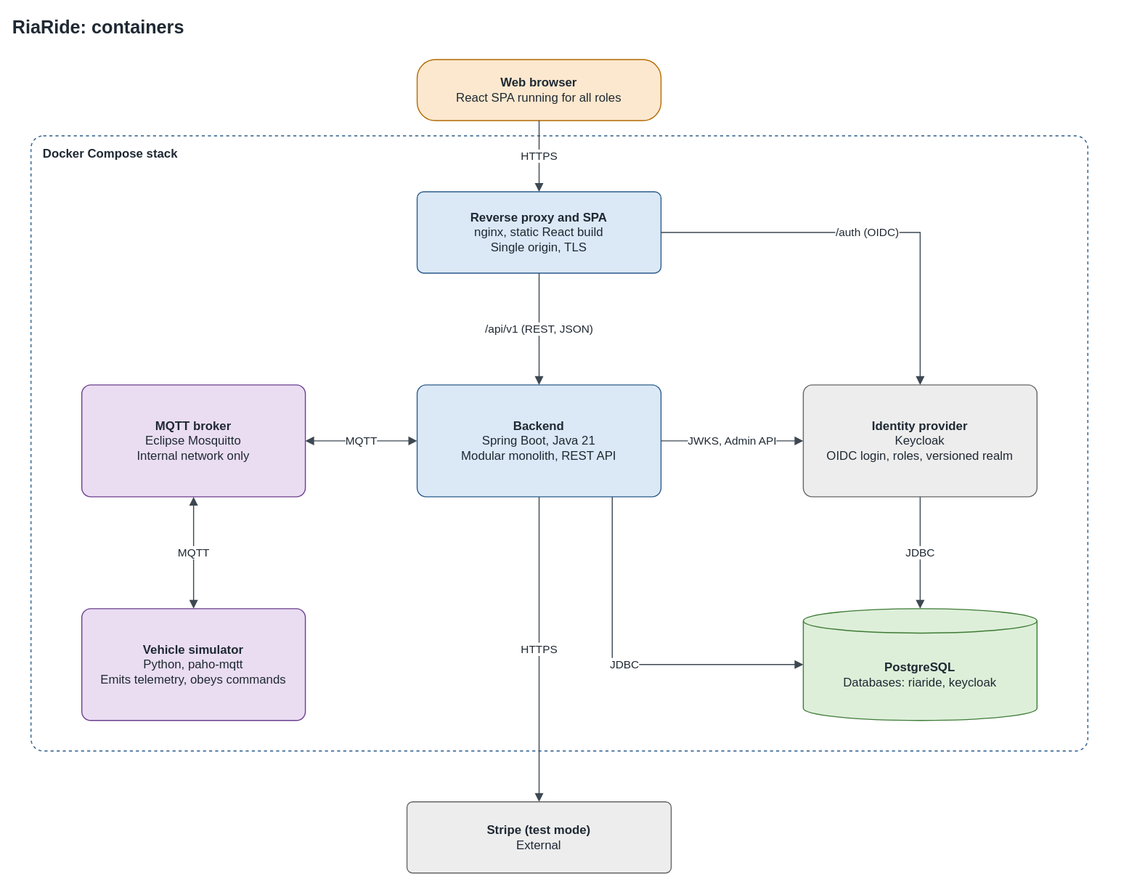
Earlier version of the draw.io export docs/architecture/diagrams/02-containers.drawio.svg (TQS-RiaRide/RIARide). Source tidied: cells renumbered, new cells last; positions are measured from the earlier drawing's top-left corner, leaving out a move shared by most shapes. The source it was exported from:
```xml
<mxGraphModel background="#FFFFFF">
  <root>
    <mxCell id="0" />
    <mxCell id="1" parent="0" />
    <mxCell id="2" value="RiaRide: containers" style="html=1;whiteSpace=wrap;fontFamily=Helvetica;fontSize=12;fontColor=#1F2933;text;fillColor=none;strokeColor=none;align=left;fontSize=18;fontStyle=1;" parent="1" vertex="1">
      <mxGeometry width="1080" height="34" as="geometry" />
    </mxCell>
    <mxCell id="3" value="&lt;b&gt;Web browser&lt;/b&gt;&lt;br&gt;React SPA running for all roles" style="html=1;whiteSpace=wrap;fontFamily=Helvetica;fontSize=12;fontColor=#1F2933;rounded=1;arcSize=30;fillColor=#FCE8CF;strokeColor=#B36B00;" parent="1" vertex="1">
      <mxGeometry x="400" y="48" width="240" height="60" as="geometry" />
    </mxCell>
    <mxCell id="4" value="Docker Compose stack" style="html=1;whiteSpace=wrap;fontFamily=Helvetica;fontSize=12;fontColor=#1F2933;rounded=1;arcSize=2;fillColor=none;strokeColor=#2B5C8A;dashed=1;verticalAlign=top;align=left;spacingLeft=10;spacingTop=4;fontStyle=1;" parent="1" vertex="1">
      <mxGeometry x="20" y="123" width="1040" height="605" as="geometry" />
    </mxCell>
    <mxCell id="5" value="&lt;b&gt;Reverse proxy and SPA&lt;/b&gt;&lt;br&gt;nginx, static React build&lt;br&gt;Single origin, TLS" style="html=1;whiteSpace=wrap;fontFamily=Helvetica;fontSize=12;fontColor=#1F2933;rounded=1;arcSize=8;fillColor=#DBE8F6;strokeColor=#2B5C8A;" parent="1" vertex="1">
      <mxGeometry x="400" y="178" width="240" height="80" as="geometry" />
    </mxCell>
    <mxCell id="6" value="&lt;b&gt;Backend&lt;/b&gt;&lt;br&gt;Spring Boot, Java 21&lt;br&gt;Modular monolith, REST API" style="html=1;whiteSpace=wrap;fontFamily=Helvetica;fontSize=12;fontColor=#1F2933;rounded=1;arcSize=8;fillColor=#DBE8F6;strokeColor=#2B5C8A;" parent="1" vertex="1">
      <mxGeometry x="400" y="368" width="240" height="110" as="geometry" />
    </mxCell>
    <mxCell id="7" value="&lt;b&gt;Identity provider&lt;/b&gt;&lt;br&gt;Keycloak&lt;br&gt;OIDC login, roles, versioned realm" style="html=1;whiteSpace=wrap;fontFamily=Helvetica;fontSize=12;fontColor=#1F2933;rounded=1;arcSize=8;fillColor=#EDEDED;strokeColor=#666666;" parent="1" vertex="1">
      <mxGeometry x="780" y="368" width="230" height="110" as="geometry" />
    </mxCell>
    <mxCell id="8" value="&lt;b&gt;PostgreSQL&lt;/b&gt;&lt;br&gt;Databases: riaride, keycloak" style="html=1;whiteSpace=wrap;fontFamily=Helvetica;fontSize=12;fontColor=#1F2933;shape=cylinder3;boundedLbl=1;size=12;fillColor=#DDEFD9;strokeColor=#3E7B36;" parent="1" vertex="1">
      <mxGeometry x="780" y="588" width="230" height="110" as="geometry" />
    </mxCell>
    <mxCell id="9" value="&lt;b&gt;MQTT broker&lt;/b&gt;&lt;br&gt;Eclipse Mosquitto&lt;br&gt;Internal network only" style="html=1;whiteSpace=wrap;fontFamily=Helvetica;fontSize=12;fontColor=#1F2933;rounded=1;arcSize=8;fillColor=#EADDF2;strokeColor=#6A3E8E;" parent="1" vertex="1">
      <mxGeometry x="70" y="368" width="220" height="110" as="geometry" />
    </mxCell>
    <mxCell id="10" value="&lt;b&gt;Vehicle simulator&lt;/b&gt;&lt;br&gt;Python, paho-mqtt&lt;br&gt;Emits telemetry, obeys commands" style="html=1;whiteSpace=wrap;fontFamily=Helvetica;fontSize=12;fontColor=#1F2933;rounded=1;arcSize=8;fillColor=#EADDF2;strokeColor=#6A3E8E;" parent="1" vertex="1">
      <mxGeometry x="70" y="588" width="220" height="110" as="geometry" />
    </mxCell>
    <mxCell id="11" value="&lt;b&gt;Stripe (test mode)&lt;/b&gt;&lt;br&gt;External" style="html=1;whiteSpace=wrap;fontFamily=Helvetica;fontSize=12;fontColor=#1F2933;rounded=1;arcSize=8;fillColor=#EDEDED;strokeColor=#666666;" parent="1" vertex="1">
      <mxGeometry x="390" y="778" width="260" height="70" as="geometry" />
    </mxCell>
    <mxCell id="12" value="HTTPS" style="html=1;endArrow=block;endFill=1;strokeColor=#3D4852;fontFamily=Helvetica;fontSize=11;fontColor=#1F2933;labelBackgroundColor=#FFFFFF;rounded=0;edgeStyle=orthogonalEdgeStyle;" parent="1" edge="1" source="3" target="5">
      <mxGeometry relative="1" as="geometry" />
    </mxCell>
    <mxCell id="13" value="/api/v1 (REST, JSON)" style="html=1;endArrow=block;endFill=1;strokeColor=#3D4852;fontFamily=Helvetica;fontSize=11;fontColor=#1F2933;labelBackgroundColor=#FFFFFF;rounded=0;edgeStyle=orthogonalEdgeStyle;" parent="1" edge="1" source="5" target="6">
      <mxGeometry relative="1" as="geometry" />
    </mxCell>
    <mxCell id="14" value="/auth (OIDC)" style="html=1;endArrow=block;endFill=1;strokeColor=#3D4852;fontFamily=Helvetica;fontSize=11;fontColor=#1F2933;labelBackgroundColor=#FFFFFF;rounded=0;edgeStyle=orthogonalEdgeStyle;exitX=1;exitY=0.5;exitDx=0;exitDy=0;exitPerimeter=0;entryX=0.5;entryY=0;entryDx=0;entryDy=0;entryPerimeter=0;" parent="1" edge="1" source="5" target="7">
      <mxGeometry relative="1" as="geometry" />
    </mxCell>
    <mxCell id="15" value="JWKS, Admin API" style="html=1;endArrow=block;endFill=1;strokeColor=#3D4852;fontFamily=Helvetica;fontSize=11;fontColor=#1F2933;labelBackgroundColor=#FFFFFF;rounded=0;edgeStyle=orthogonalEdgeStyle;exitX=1;exitY=0.5;exitDx=0;exitDy=0;exitPerimeter=0;entryX=0;entryY=0.5;entryDx=0;entryDy=0;entryPerimeter=0;" parent="1" edge="1" source="6" target="7">
      <mxGeometry relative="1" as="geometry" />
    </mxCell>
    <mxCell id="16" value="JDBC" style="html=1;endArrow=block;endFill=1;strokeColor=#3D4852;fontFamily=Helvetica;fontSize=11;fontColor=#1F2933;labelBackgroundColor=#FFFFFF;rounded=0;edgeStyle=orthogonalEdgeStyle;" parent="1" edge="1" source="7" target="8">
      <mxGeometry relative="1" as="geometry" />
    </mxCell>
    <mxCell id="17" value="JDBC" style="html=1;endArrow=block;endFill=1;strokeColor=#3D4852;fontFamily=Helvetica;fontSize=11;fontColor=#1F2933;labelBackgroundColor=#FFFFFF;rounded=0;edgeStyle=orthogonalEdgeStyle;exitX=0.8;exitY=1;exitDx=0;exitDy=0;exitPerimeter=0;entryX=0;entryY=0.5;entryDx=0;entryDy=0;entryPerimeter=0;" parent="1" edge="1" source="6" target="8">
      <mxGeometry relative="1" as="geometry" />
    </mxCell>
    <mxCell id="18" value="MQTT" style="html=1;endArrow=block;endFill=1;strokeColor=#3D4852;fontFamily=Helvetica;fontSize=11;fontColor=#1F2933;labelBackgroundColor=#FFFFFF;rounded=0;edgeStyle=orthogonalEdgeStyle;startArrow=block;startFill=1;exitX=0;exitY=0.5;exitDx=0;exitDy=0;exitPerimeter=0;entryX=1;entryY=0.5;entryDx=0;entryDy=0;entryPerimeter=0;" parent="1" edge="1" source="6" target="9">
      <mxGeometry relative="1" as="geometry" />
    </mxCell>
    <mxCell id="19" value="MQTT" style="html=1;endArrow=block;endFill=1;strokeColor=#3D4852;fontFamily=Helvetica;fontSize=11;fontColor=#1F2933;labelBackgroundColor=#FFFFFF;rounded=0;edgeStyle=orthogonalEdgeStyle;startArrow=block;startFill=1;" parent="1" edge="1" source="10" target="9">
      <mxGeometry relative="1" as="geometry" />
    </mxCell>
    <mxCell id="20" value="HTTPS" style="html=1;endArrow=block;endFill=1;strokeColor=#3D4852;fontFamily=Helvetica;fontSize=11;fontColor=#1F2933;labelBackgroundColor=#FFFFFF;rounded=0;edgeStyle=orthogonalEdgeStyle;exitX=0.5;exitY=1;exitDx=0;exitDy=0;exitPerimeter=0;entryX=0.5;entryY=0;entryDx=0;entryDy=0;entryPerimeter=0;" parent="1" edge="1" source="6" target="11">
      <mxGeometry relative="1" as="geometry" />
    </mxCell>
  </root>
</mxGraphModel>
```
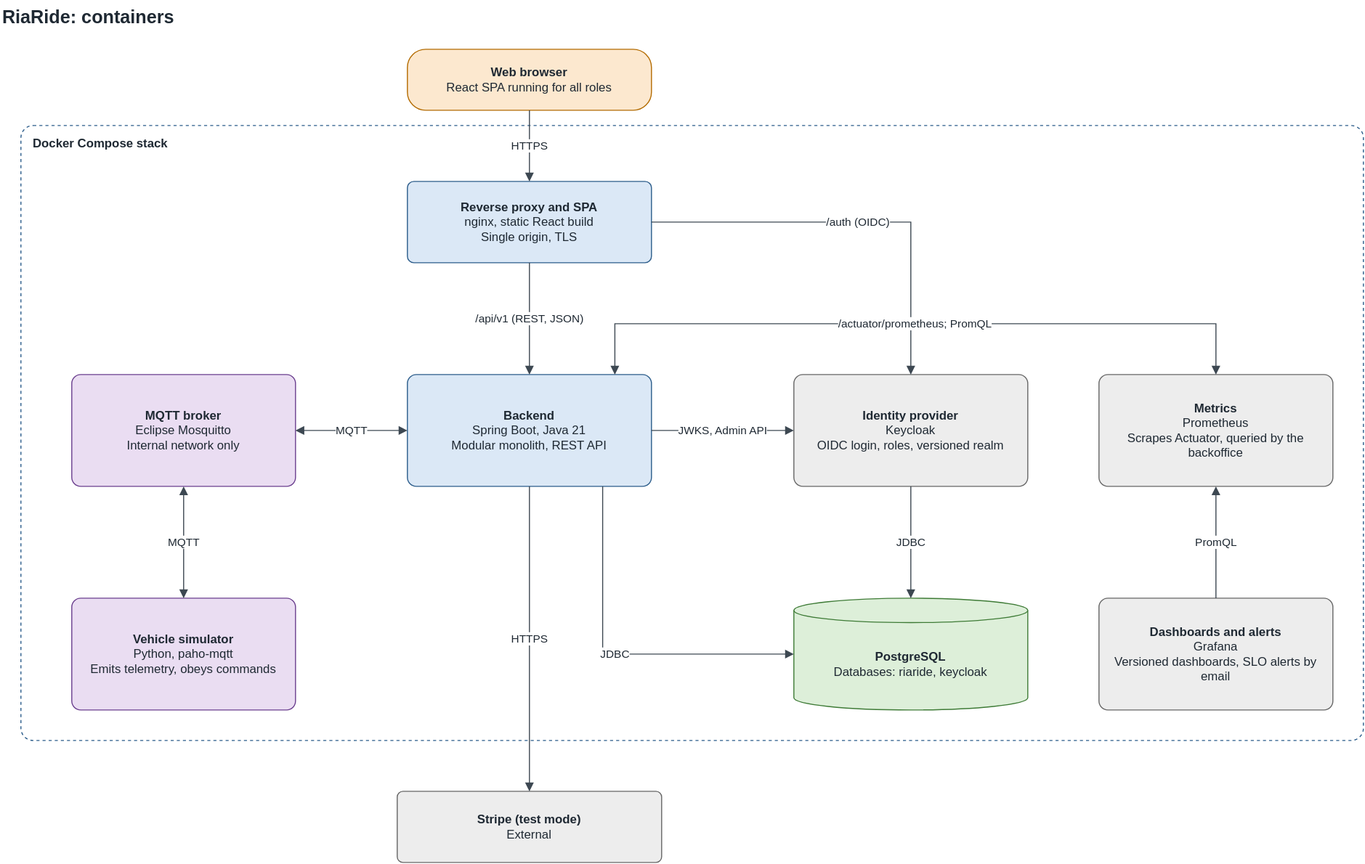
After the change.

Change to the diagram source:
```diff
@@ -9,7 +9,7 @@
       <mxGeometry x="400" y="48" width="240" height="60" as="geometry" />
     </mxCell>
     <mxCell id="4" value="Docker Compose stack" style="html=1;whiteSpace=wrap;fontFamily=Helvetica;fontSize=12;fontColor=#1F2933;rounded=1;arcSize=2;fillColor=none;strokeColor=#2B5C8A;dashed=1;verticalAlign=top;align=left;spacingLeft=10;spacingTop=4;fontStyle=1;" parent="1" vertex="1">
-      <mxGeometry x="20" y="123" width="1040" height="605" as="geometry" />
+      <mxGeometry x="20" y="123" width="1320" height="605" as="geometry" />
     </mxCell>
     <mxCell id="5" value="&lt;b&gt;Reverse proxy and SPA&lt;/b&gt;&lt;br&gt;nginx, static React build&lt;br&gt;Single origin, TLS" style="html=1;whiteSpace=wrap;fontFamily=Helvetica;fontSize=12;fontColor=#1F2933;rounded=1;arcSize=8;fillColor=#DBE8F6;strokeColor=#2B5C8A;" parent="1" vertex="1">
       <mxGeometry x="400" y="178" width="240" height="80" as="geometry" />
@@ -59,5 +59,22 @@
     <mxCell id="20" value="HTTPS" style="html=1;endArrow=block;endFill=1;strokeColor=#3D4852;fontFamily=Helvetica;fontSize=11;fontColor=#1F2933;labelBackgroundColor=#FFFFFF;rounded=0;edgeStyle=orthogonalEdgeStyle;exitX=0.5;exitY=1;exitDx=0;exitDy=0;exitPerimeter=0;entryX=0.5;entryY=0;entryDx=0;entryDy=0;entryPerimeter=0;" parent="1" edge="1" source="6" target="11">
       <mxGeometry relative="1" as="geometry" />
     </mxCell>
+    <mxCell id="21" value="&lt;b&gt;Metrics&lt;/b&gt;&lt;br&gt;Prometheus&lt;br&gt;Scrapes Actuator, queried by the backoffice" style="html=1;whiteSpace=wrap;fontFamily=Helvetica;fontSize=12;fontColor=#1F2933;rounded=1;arcSize=8;fillColor=#EDEDED;strokeColor=#666666;" parent="1" vertex="1">
+      <mxGeometry x="1080" y="368" width="230" height="110" as="geometry" />
+    </mxCell>
+    <mxCell id="22" value="&lt;b&gt;Dashboards and alerts&lt;/b&gt;&lt;br&gt;Grafana&lt;br&gt;Versioned dashboards, SLO alerts by email" style="html=1;whiteSpace=wrap;fontFamily=Helvetica;fontSize=12;fontColor=#1F2933;rounded=1;arcSize=8;fillColor=#EDEDED;strokeColor=#666666;" parent="1" vertex="1">
+      <mxGeometry x="1080" y="588" width="230" height="110" as="geometry" />
+    </mxCell>
+    <mxCell id="23" value="/actuator/prometheus; PromQL" style="html=1;endArrow=block;endFill=1;strokeColor=#3D4852;fontFamily=Helvetica;fontSize=11;fontColor=#1F2933;labelBackgroundColor=#FFFFFF;rounded=0;edgeStyle=orthogonalEdgeStyle;startArrow=block;startFill=1;exitX=0.5;exitY=0;exitDx=0;exitDy=0;entryX=0.85;entryY=0;entryDx=0;entryDy=0;" parent="1" edge="1" source="21" target="6">
+      <mxGeometry relative="1" as="geometry">
+        <Array as="points">
+          <mxPoint x="1195" y="318" />
+          <mxPoint x="604" y="318" />
+        </Array>
+      </mxGeometry>
+    </mxCell>
+    <mxCell id="24" value="PromQL" style="html=1;endArrow=block;endFill=1;strokeColor=#3D4852;fontFamily=Helvetica;fontSize=11;fontColor=#1F2933;labelBackgroundColor=#FFFFFF;rounded=0;edgeStyle=orthogonalEdgeStyle;exitX=0.5;exitY=0;exitDx=0;exitDy=0;entryX=0.5;entryY=1;entryDx=0;entryDy=0;" parent="1" edge="1" source="22" target="21">
+      <mxGeometry relative="1" as="geometry" />
+    </mxCell>
   </root>
 </mxGraphModel>
```
